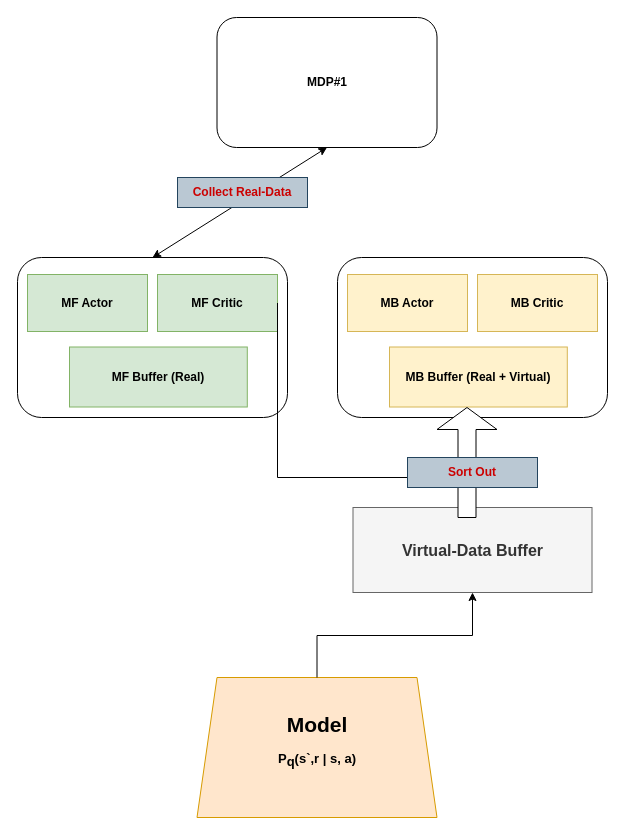
Before: page "Page-1" (1 of 2) of Hybrid_MBMF_MetaRL.drawio in jgwak1/research_problem_frameworks, a draw.io diagram. Source tidied: cells renumbered, new cells numbered last; positions are measured from the earlier drawing's top-left corner, leaving out a move shared by most shapes. Both pictures are drawn from the tidied source at 100%, with x=0, y=0 at pixel (17, 17).
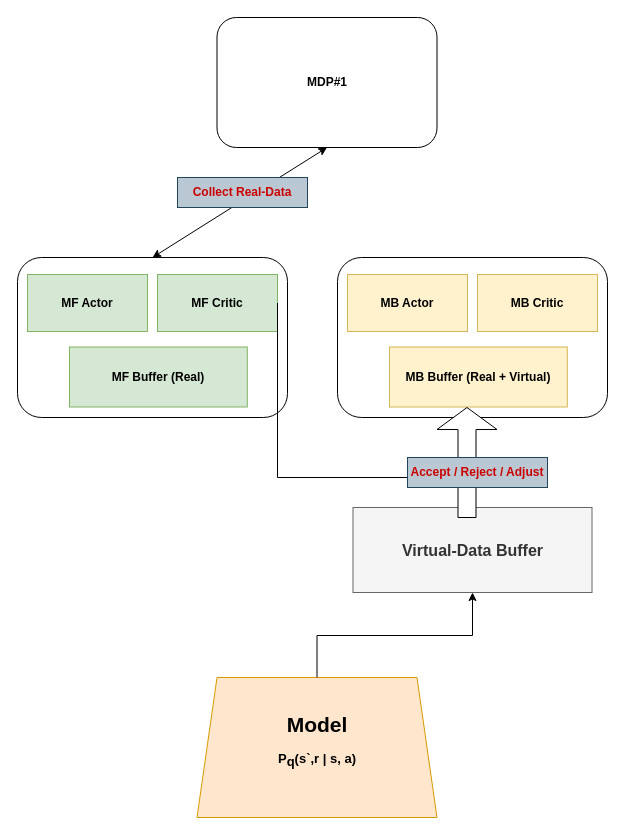
Above is the later version.

Diff of the diagram source:
```diff
@@
-    <mxCell id="18" value="&lt;font color=&quot;#cc0000&quot;&gt;&lt;b&gt;Sort Out&lt;/b&gt;&lt;/font&gt;" style="text;html=1;align=center;verticalAlign=middle;whiteSpace=wrap;rounded=0;fillColor=#bac8d3;strokeColor=#23445d;" parent="1" vertex="1">
-      <mxGeometry x="390" y="440" width="130" height="30" as="geometry" />
+    <mxCell id="18" value="&lt;font color=&quot;#cc0000&quot;&gt;&lt;b&gt;Accept / Reject / Adjust&lt;/b&gt;&lt;/font&gt;" style="text;html=1;align=center;verticalAlign=middle;whiteSpace=wrap;rounded=0;fillColor=#bac8d3;strokeColor=#23445d;" parent="1" vertex="1">
+      <mxGeometry x="390" y="440" width="140" height="30" as="geometry" />
     </mxCell>
```
